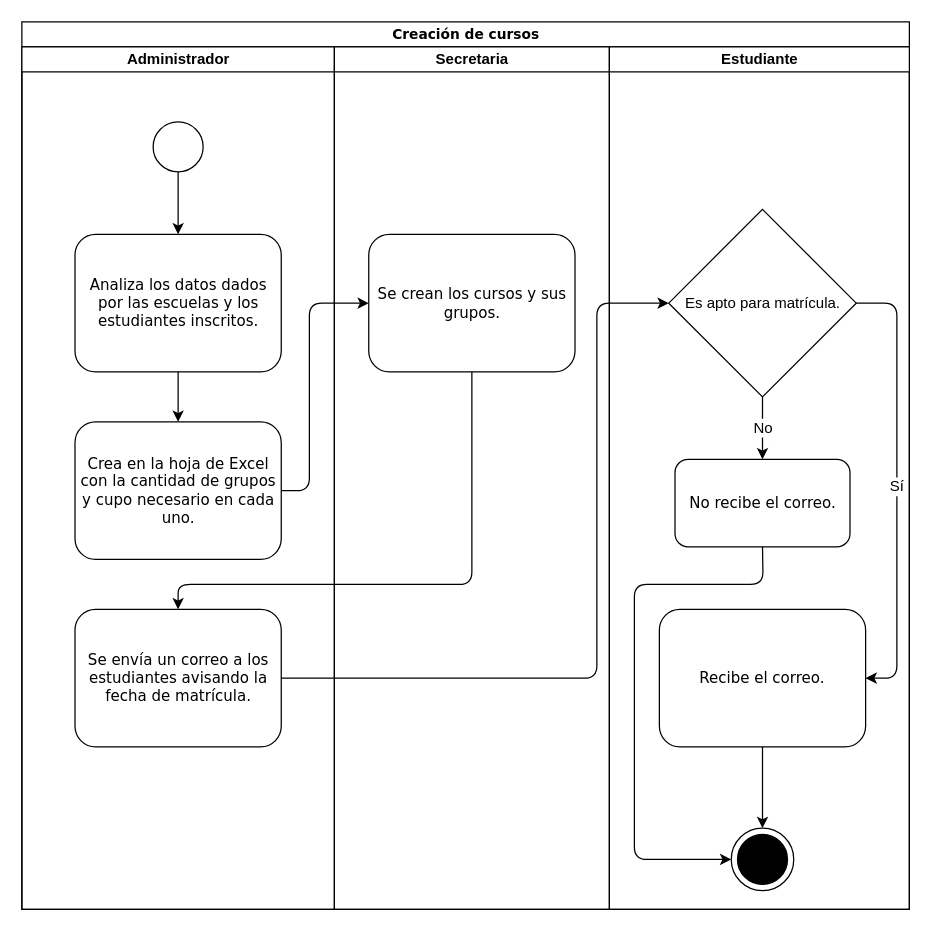
Above: Creación de cursos.drawio in giancarlovipe/Proyecto-Estructura-de-Datos (draw.io), before the change. Source tidied: cells renumbered, new cells numbered last; positions are measured from the earlier drawing's top-left corner, leaving out a move shared by most shapes. Both pictures are drawn from the tidied source at 125%, with x=0, y=0 at pixel (21, 21).
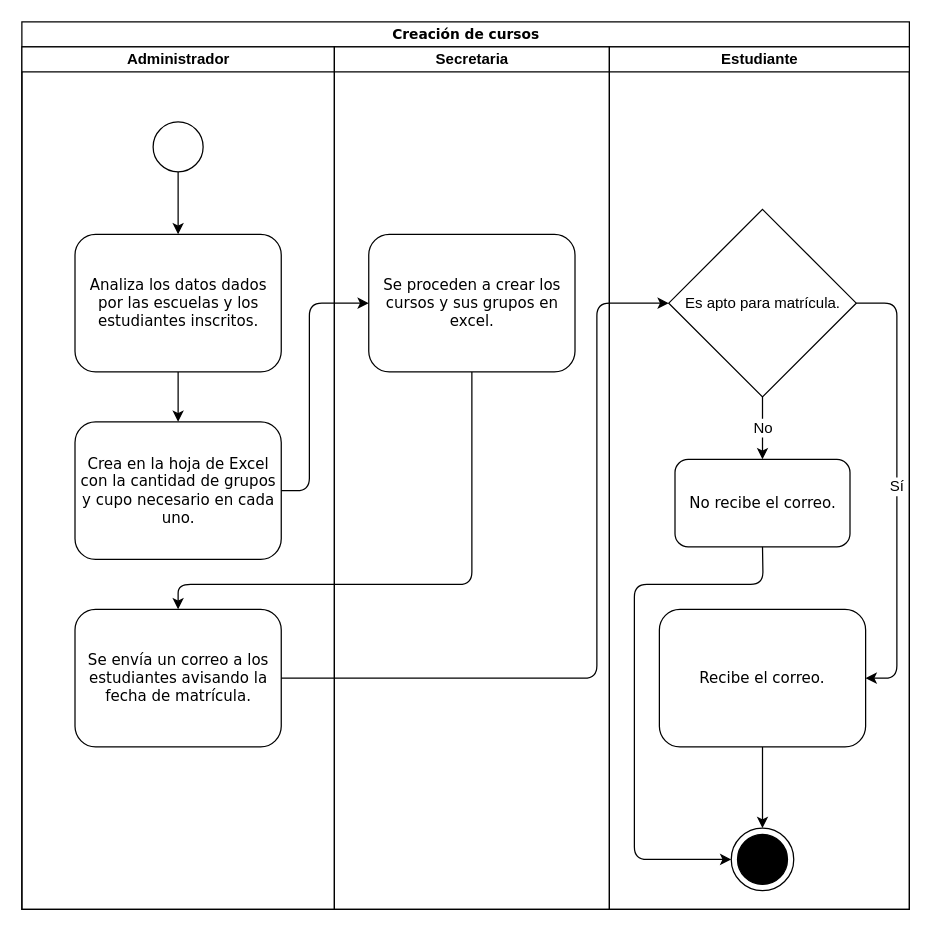
Above is the later version.

The change refers to these unchanged cells:
```xml
<mxCell id="10" value="Secretaria" style="swimlane;html=1;startSize=20;" parent="2" vertex="1">
  <mxGeometry x="250" y="20" width="220" height="690" as="geometry" />
</mxCell>
```

The edit, as a diff of the source:
```diff
@@
-    <mxCell id="11" value="Se crean los cursos y sus grupos." style="rounded=1;whiteSpace=wrap;html=1;shadow=0;labelBackgroundColor=none;strokeWidth=1;fontFamily=Verdana;fontSize=12;align=center;" parent="10" vertex="1">
+    <mxCell id="11" value="Se proceden a crear los cursos y sus grupos en excel." style="rounded=1;whiteSpace=wrap;html=1;shadow=0;labelBackgroundColor=none;strokeWidth=1;fontFamily=Verdana;fontSize=12;align=center;" parent="10" vertex="1">
       <mxGeometry x="27.5" y="150" width="165" height="110" as="geometry" />
     </mxCell>
```
